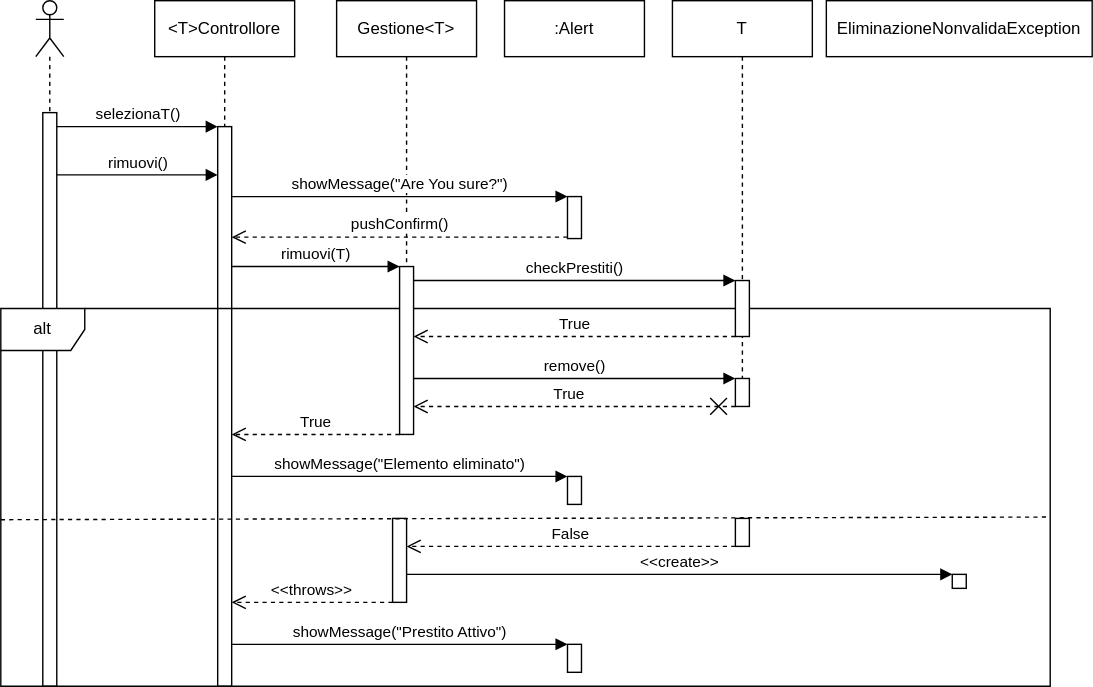
This is Design/DiagrammaSequenzaRimuoviT.svg from doppiaaa/Progetto-Biblioteca-Ingegneria-del-Software, a draw.io export, as it was before one commit. Source tidied: cells renumbered, new cells last; positions are measured from the earlier drawing's top-left corner, leaving out a move shared by most shapes.
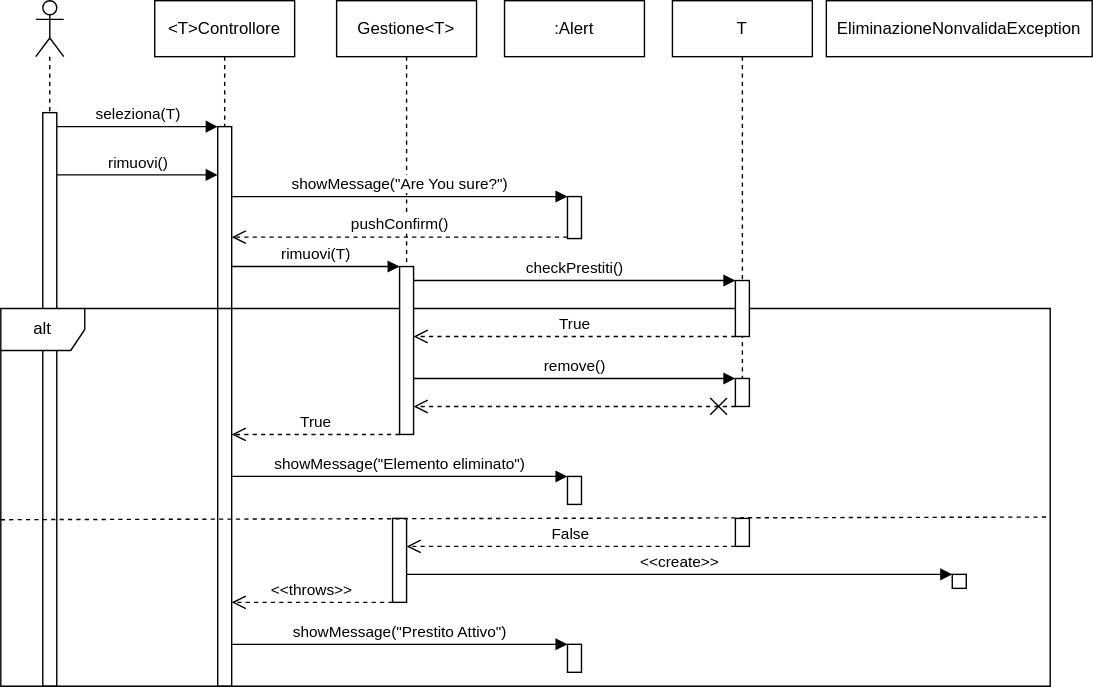
The same file after the commit.

Diff of the diagram source:
```diff
@@ -14,7 +14,7 @@
     <mxCell id="5" value="Gestione&amp;lt;T&amp;gt;" style="shape=umlLifeline;perimeter=lifelinePerimeter;whiteSpace=wrap;html=1;newEdgeStyle={&quot;curved&quot;:0,&quot;rounded&quot;:0};" parent="1" vertex="1">
       <mxGeometry x="240" width="100" height="190" as="geometry" />
     </mxCell>
-    <mxCell id="6" value="selezionaT()" style="html=1;verticalAlign=bottom;endArrow=block;curved=0;rounded=0;" parent="1" edge="1" source="2">
+    <mxCell id="6" value="seleziona(T)" style="html=1;verticalAlign=bottom;endArrow=block;curved=0;rounded=0;" parent="1" edge="1" source="2">
       <mxGeometry relative="1" as="geometry">
         <mxPoint x="155" y="90" as="targetPoint" />
       </mxGeometry>
@@ -82,11 +82,6 @@
         <mxPoint x="295" y="290" as="targetPoint" />
       </mxGeometry>
     </mxCell>
-    <mxCell id="22" value="True" style="edgeLabel;html=1;align=center;verticalAlign=middle;" parent="21" vertex="1">
-      <mxGeometry x="0.04" y="-1" relative="1" as="geometry">
-        <mxPoint y="-9" as="offset" />
-      </mxGeometry>
-    </mxCell>
     <mxCell id="23" value="True" style="html=1;verticalAlign=bottom;endArrow=open;dashed=1;endSize=8;curved=0;rounded=0;" parent="1" edge="1">
       <mxGeometry relative="1" as="geometry">
         <mxPoint x="285" y="310" as="sourcePoint" />
```
